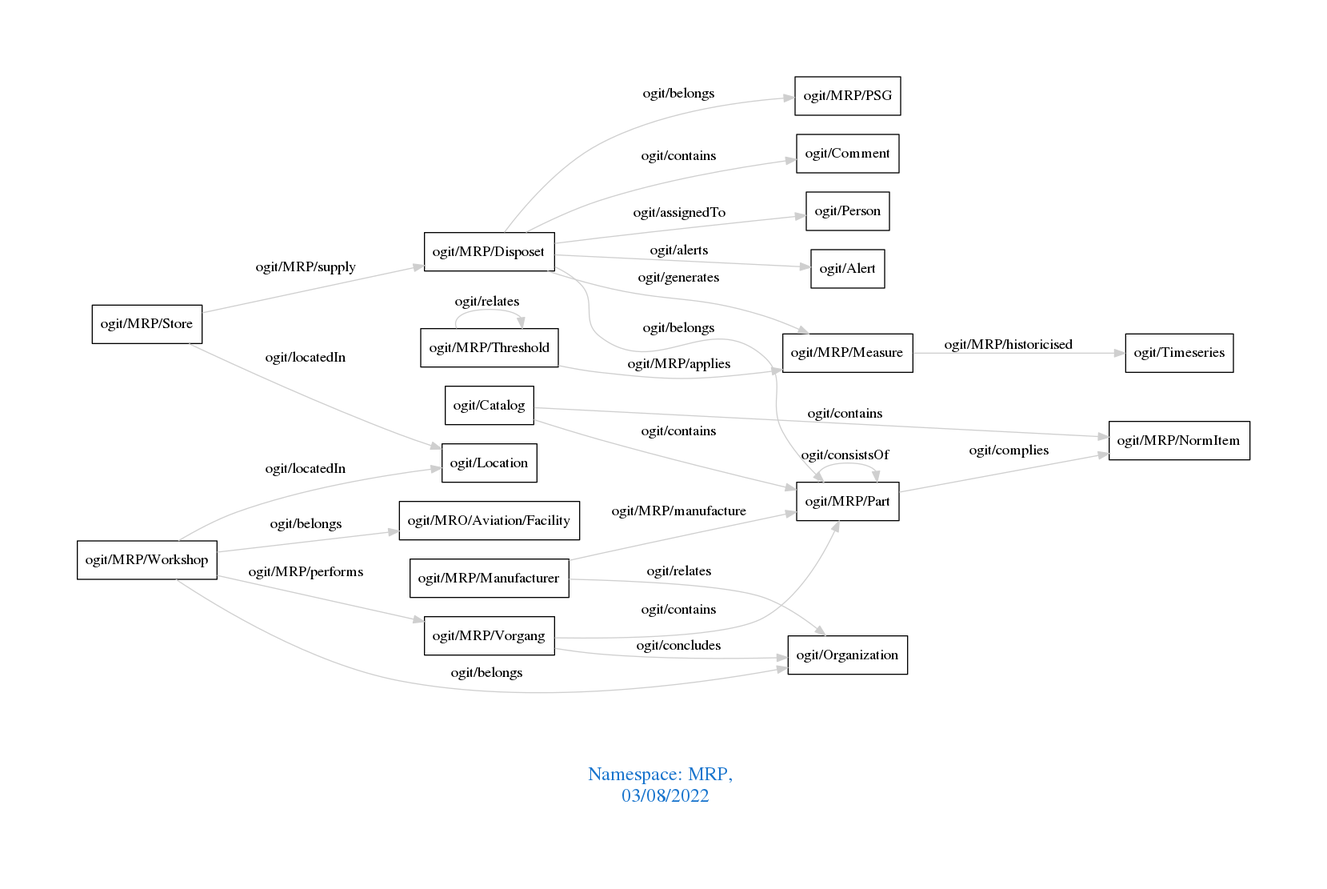
Earlier version of the Graphviz export downloads/MRP.png (arago/OGIT). Its source is kept beside it as downloads/MRP.dot. The source it was exported from:
```dot
digraph OGIT_ontology {
 graph [ rankdir= LR,pad=1
fontsize = 18,
fontcolor= dodgerblue3,label = "\n\n\nNamespace: MRP, \n 03/08/2022"];
node[shape=polygon];
edge [  color="gray81"];

   "ogit/MRP/Disposet" -> "ogit/Comment" [label="   ogit/contains    "];
   "ogit/MRP/Vorgang" -> "ogit/MRP/Part" [label="   ogit/contains    "];
   "ogit/Catalog" -> "ogit/MRP/NormItem" [label="   ogit/contains    "];
   "ogit/Catalog" -> "ogit/MRP/Part" [label="   ogit/contains    "];
   "ogit/MRP/Vorgang" -> "ogit/Organization" [label="   ogit/concludes    "];
   "ogit/MRP/Disposet" -> "ogit/Person" [label="   ogit/assignedTo    "];
   "ogit/MRP/Disposet" -> "ogit/MRP/Measure" [label="   ogit/generates    "];
   "ogit/MRP/Threshold" -> "ogit/MRP/Measure" [label="   ogit/MRP/applies    "];
   "ogit/MRP/Part" -> "ogit/MRP/NormItem" [label="   ogit/complies    "];
   "ogit/MRP/Workshop" -> "ogit/MRP/Vorgang" [label="   ogit/MRP/performs    "];
   "ogit/MRP/Disposet" -> "ogit/Alert" [label="   ogit/alerts    "];
   "ogit/MRP/Store" -> "ogit/Location" [label="   ogit/locatedIn    "];
   "ogit/MRP/Workshop" -> "ogit/Location" [label="   ogit/locatedIn    "];
   "ogit/MRP/Measure" -> "ogit/Timeseries" [label="   ogit/MRP/historicised    "];
   "ogit/MRP/Manufacturer" -> "ogit/MRP/Part" [label="   ogit/MRP/manufacture    "];
   "ogit/MRP/Store" -> "ogit/MRP/Disposet" [label="   ogit/MRP/supply    "];
   "ogit/MRP/Disposet" -> "ogit/MRP/Part" [label="   ogit/belongs    "];
   "ogit/MRP/Disposet" -> "ogit/MRP/PSG" [label="   ogit/belongs    "];
   "ogit/MRP/Workshop" -> "ogit/MRO/Aviation/Facility" [label="   ogit/belongs    "];
   "ogit/MRP/Workshop" -> "ogit/Organization" [label="   ogit/belongs    "];
   "ogit/MRP/Manufacturer" -> "ogit/Organization" [label="   ogit/relates    "];
   "ogit/MRP/Threshold" -> "ogit/MRP/Threshold" [label="   ogit/relates    "];
   "ogit/MRP/Part" -> "ogit/MRP/Part" [label="   ogit/consistsOf    "];
}
```
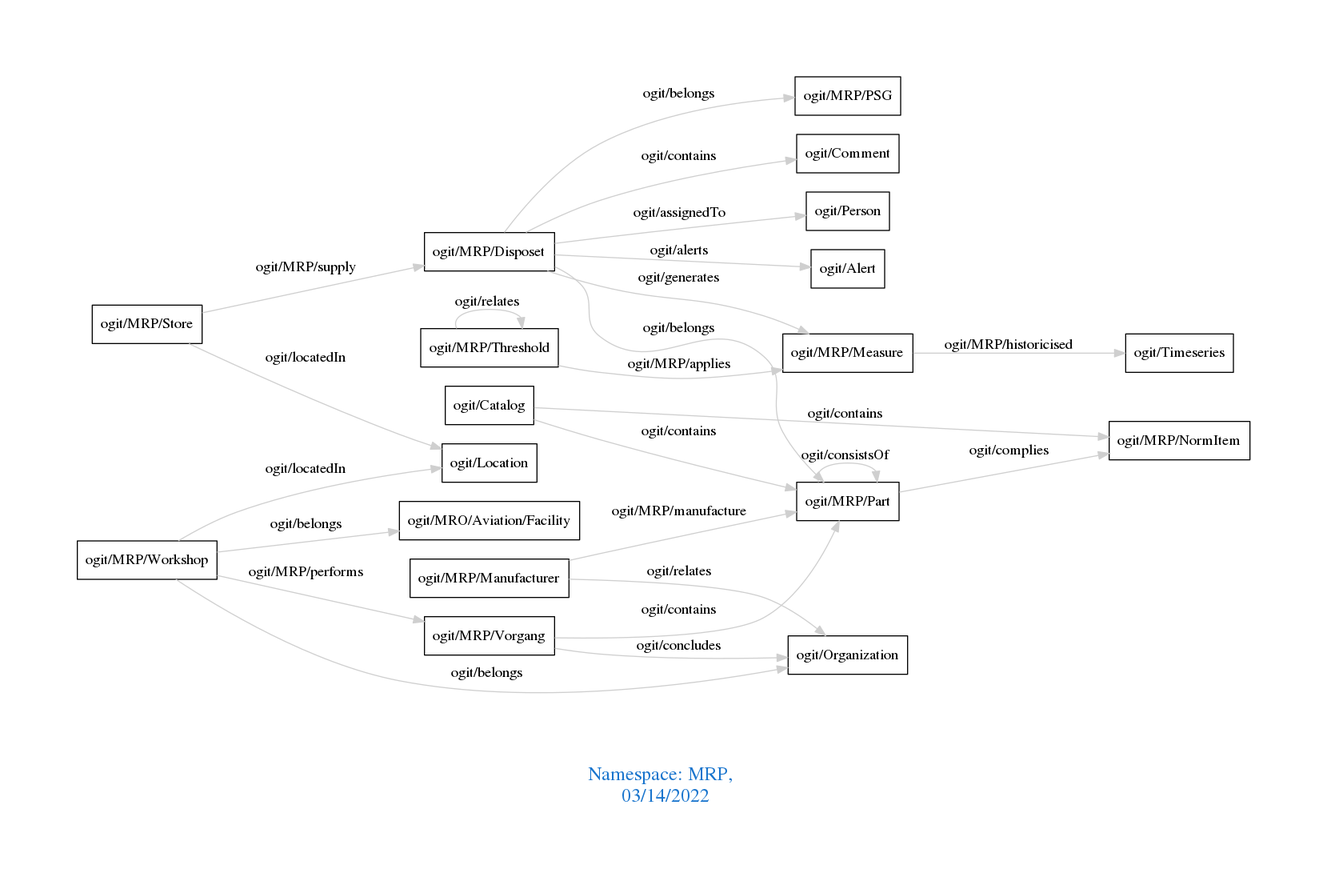
The same diagram one commit later.

The edit, as a diff of the source:
```diff
@@ -1,7 +1,7 @@
 digraph OGIT_ontology {
  graph [ rankdir= LR,pad=1
 fontsize = 18,
-fontcolor= dodgerblue3,label = "\n\n\nNamespace: MRP, \n 03/08/2022"];
+fontcolor= dodgerblue3,label = "\n\n\nNamespace: MRP, \n 03/14/2022"];
 node[shape=polygon];
 edge [  color="gray81"];
 
```
